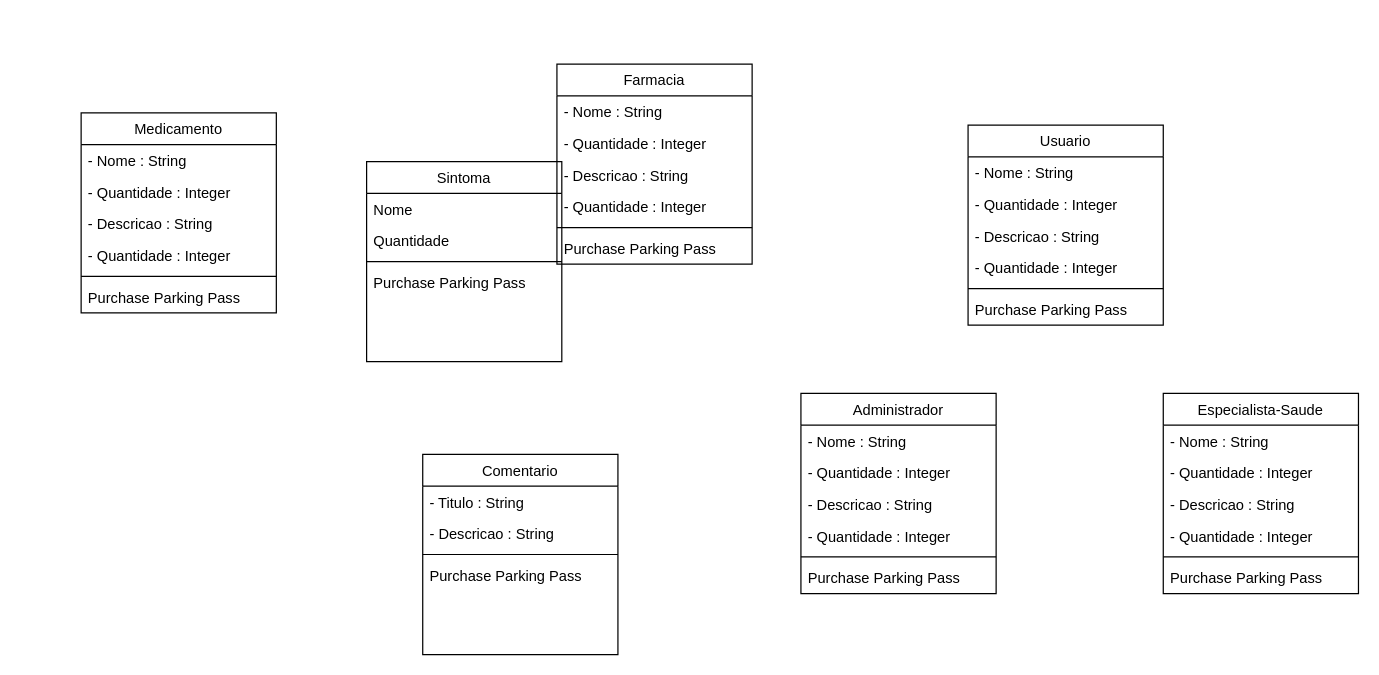
Before: Diagrama sem nome.drawio in RichardPFernandes/Projeto-Extensao, a draw.io diagram. Source tidied: cells renumbered, new cells numbered last; positions are measured from the earlier drawing's top-left corner, leaving out a move shared by most shapes. Both pictures are drawn from the tidied source at 122%, with x=0, y=0 at pixel (81, 63).
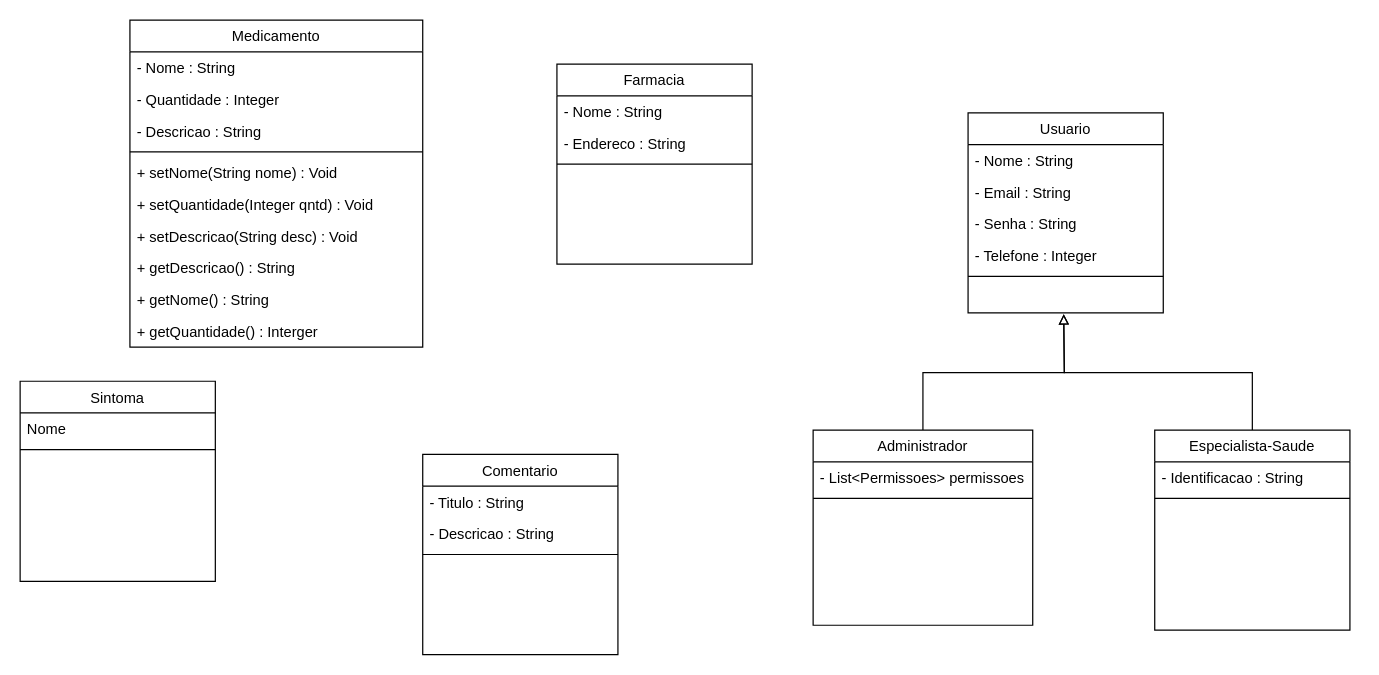
The same diagram, later.

The change refers to these unchanged cells:
```xml
<mxCell id="14" value="Comentario&#10;" style="swimlane;fontStyle=0;align=center;verticalAlign=top;horizontal=1;startSize=26;rounded=0;shadow=0;strokeWidth=1;fontFamily=Helvetica;" parent="1" vertex="1">
  <mxGeometry x="280" y="320" width="160" height="164" as="geometry" />
</mxCell>
<mxCell id="40" value="Farmacia&#10;" style="swimlane;fontStyle=0;align=center;verticalAlign=top;horizontal=1;startSize=26;rounded=0;shadow=0;strokeWidth=1;fontFamily=Helvetica;" parent="1" vertex="1">
  <mxGeometry x="390" width="160" height="164" as="geometry" />
</mxCell>
```

The edit, as a diff of the source:
```diff
@@
-    <mxCell id="2" value="Medicamento" style="swimlane;fontStyle=0;align=center;verticalAlign=top;horizontal=1;startSize=26;rounded=0;shadow=0;strokeWidth=1;fontFamily=Helvetica;" parent="1" vertex="1">
-      <mxGeometry y="40" width="160" height="164" as="geometry" />
+    <mxCell id="2" value="Medicamento" style="swimlane;fontStyle=0;align=center;verticalAlign=top;horizontal=1;startSize=26;rounded=0;shadow=0;strokeWidth=1;fontFamily=Helvetica;swimlaneLine=1;" parent="1" vertex="1">
+      <mxGeometry x="40" y="-36" width="240" height="268" as="geometry" />
     </mxCell>
     <mxCell id="3" value="- Nome : String" style="text;align=left;verticalAlign=top;spacingLeft=4;spacingRight=4;overflow=hidden;rounded=0;shadow=0;html=0;fontFamily=Helvetica;fontStyle=0;" parent="2" vertex="1">
-      <mxGeometry y="26" width="160" height="26" as="geometry" />
+      <mxGeometry y="26" width="240" height="26" as="geometry" />
     </mxCell>
     <mxCell id="4" value="- Quantidade : Integer" style="text;align=left;verticalAlign=top;spacingLeft=4;spacingRight=4;overflow=hidden;rounded=0;shadow=0;html=0;fontFamily=Helvetica;fontStyle=0;" parent="2" vertex="1">
-      <mxGeometry y="52" width="160" height="26" as="geometry" />
+      <mxGeometry y="52" width="240" height="26" as="geometry" />
     </mxCell>
     <mxCell id="5" value="- Descricao : String" style="text;align=left;verticalAlign=top;spacingLeft=4;spacingRight=4;overflow=hidden;rounded=0;shadow=0;html=0;fontFamily=Helvetica;fontStyle=0;" parent="2" vertex="1">
-      <mxGeometry y="78" width="160" height="26" as="geometry" />
+      <mxGeometry y="78" width="240" height="26" as="geometry" />
     </mxCell>
-    <mxCell id="6" value="- Quantidade : Integer" style="text;align=left;verticalAlign=top;spacingLeft=4;spacingRight=4;overflow=hidden;rounded=0;shadow=0;html=0;fontFamily=Helvetica;fontStyle=0;" parent="2" vertex="1">
-      <mxGeometry y="104" width="160" height="26" as="geometry" />
-    </mxCell>
     <mxCell id="7" style="line;html=1;strokeWidth=1;align=left;verticalAlign=middle;spacingTop=-1;spacingLeft=3;spacingRight=3;labelPosition=right;fontFamily=Helvetica;fontStyle=0;" parent="2" vertex="1">
-      <mxGeometry y="130" width="160" height="8" as="geometry" />
+      <mxGeometry y="104" width="240" height="8" as="geometry" />
     </mxCell>
-    <mxCell id="8" value="Purchase Parking Pass" style="text;align=left;verticalAlign=top;spacingLeft=4;spacingRight=4;overflow=hidden;fontFamily=Helvetica;fontStyle=0;" parent="2" vertex="1">
-      <mxGeometry y="138" width="160" height="26" as="geometry" />
-    </mxCell>
+    <mxCell id="47" value="+ setNome(String nome) : Void" style="text;align=left;verticalAlign=top;spacingLeft=4;spacingRight=4;overflow=hidden;rounded=0;shadow=0;html=0;fontFamily=Helvetica;fontStyle=0;" parent="2" vertex="1">
+      <mxGeometry y="112" width="240" height="26" as="geometry" />
+    </mxCell>
+    <mxCell id="48" value="+ setQuantidade(Integer qntd) : Void" style="text;align=left;verticalAlign=top;spacingLeft=4;spacingRight=4;overflow=hidden;rounded=0;shadow=0;html=0;fontFamily=Helvetica;fontStyle=0;" parent="2" vertex="1">
+      <mxGeometry y="138" width="240" height="26" as="geometry" />
+    </mxCell>
+    <mxCell id="49" value="+ setDescricao(String desc) : Void" style="text;align=left;verticalAlign=top;spacingLeft=4;spacingRight=4;overflow=hidden;rounded=0;shadow=0;html=0;fontFamily=Helvetica;fontStyle=0;" parent="2" vertex="1">
+      <mxGeometry y="164" width="240" height="26" as="geometry" />
+    </mxCell>
+    <mxCell id="50" value="+ getDescricao() : String" style="text;align=left;verticalAlign=top;spacingLeft=4;spacingRight=4;overflow=hidden;rounded=0;shadow=0;html=0;fontFamily=Helvetica;fontStyle=0;" parent="2" vertex="1">
+      <mxGeometry y="190" width="240" height="26" as="geometry" />
+    </mxCell>
+    <mxCell id="51" value="+ getNome() : String" style="text;align=left;verticalAlign=top;spacingLeft=4;spacingRight=4;overflow=hidden;rounded=0;shadow=0;html=0;fontFamily=Helvetica;fontStyle=0;" parent="2" vertex="1">
+      <mxGeometry y="216" width="240" height="26" as="geometry" />
+    </mxCell>
+    <mxCell id="52" value="+ getQuantidade() : Interger" style="text;align=left;verticalAlign=top;spacingLeft=4;spacingRight=4;overflow=hidden;rounded=0;shadow=0;html=0;fontFamily=Helvetica;fontStyle=0;" parent="2" vertex="1">
+      <mxGeometry y="242" width="240" height="26" as="geometry" />
+    </mxCell>
     <mxCell id="9" value="Sintoma&#10;" style="swimlane;fontStyle=0;align=center;verticalAlign=top;horizontal=1;startSize=26;rounded=0;shadow=0;strokeWidth=1;fontFamily=Helvetica;" parent="1" vertex="1">
-      <mxGeometry x="234" y="80" width="160" height="164" as="geometry" />
+      <mxGeometry x="-50" y="260" width="160" height="164" as="geometry" />
     </mxCell>
@@
-    <mxCell id="11" value="Quantidade" style="text;align=left;verticalAlign=top;spacingLeft=4;spacingRight=4;overflow=hidden;rounded=0;shadow=0;html=0;fontFamily=Helvetica;fontStyle=0;" parent="9" vertex="1">
-      <mxGeometry y="52" width="160" height="26" as="geometry" />
-    </mxCell>
     <mxCell id="12" style="line;html=1;strokeWidth=1;align=left;verticalAlign=middle;spacingTop=-1;spacingLeft=3;spacingRight=3;labelPosition=right;fontFamily=Helvetica;fontStyle=0;" parent="9" vertex="1">
-      <mxGeometry y="78" width="160" height="8" as="geometry" />
+      <mxGeometry y="52" width="160" height="8" as="geometry" />
     </mxCell>
-    <mxCell id="13" value="Purchase Parking Pass" style="text;align=left;verticalAlign=top;spacingLeft=4;spacingRight=4;overflow=hidden;fontFamily=Helvetica;fontStyle=0;" parent="9" vertex="1">
-      <mxGeometry y="86" width="160" height="26" as="geometry" />
-    </mxCell>
@@
-    <mxCell id="18" value="Purchase Parking Pass" style="text;align=left;verticalAlign=top;spacingLeft=4;spacingRight=4;overflow=hidden;fontFamily=Helvetica;fontStyle=0;" parent="14" vertex="1">
-      <mxGeometry y="86" width="160" height="26" as="geometry" />
-    </mxCell>
     <mxCell id="19" value="Usuario&#10;" style="swimlane;fontStyle=0;align=center;verticalAlign=top;horizontal=1;startSize=26;rounded=0;shadow=0;strokeWidth=1;fontFamily=Helvetica;" parent="1" vertex="1">
-      <mxGeometry x="727" y="50" width="160" height="164" as="geometry" />
+      <mxGeometry x="727" y="40" width="160" height="164" as="geometry" />
     </mxCell>
@@
-    <mxCell id="21" value="- Quantidade : Integer" style="text;align=left;verticalAlign=top;spacingLeft=4;spacingRight=4;overflow=hidden;rounded=0;shadow=0;html=0;fontFamily=Helvetica;fontStyle=0;" parent="19" vertex="1">
+    <mxCell id="21" value="- Email : String" style="text;align=left;verticalAlign=top;spacingLeft=4;spacingRight=4;overflow=hidden;rounded=0;shadow=0;html=0;fontFamily=Helvetica;fontStyle=0;" parent="19" vertex="1">
       <mxGeometry y="52" width="160" height="26" as="geometry" />
     </mxCell>
-    <mxCell id="22" value="- Descricao : String" style="text;align=left;verticalAlign=top;spacingLeft=4;spacingRight=4;overflow=hidden;rounded=0;shadow=0;html=0;fontFamily=Helvetica;fontStyle=0;" parent="19" vertex="1">
+    <mxCell id="22" value="- Senha : String" style="text;align=left;verticalAlign=top;spacingLeft=4;spacingRight=4;overflow=hidden;rounded=0;shadow=0;html=0;fontFamily=Helvetica;fontStyle=0;" parent="19" vertex="1">
       <mxGeometry y="78" width="160" height="26" as="geometry" />
     </mxCell>
-    <mxCell id="23" value="- Quantidade : Integer" style="text;align=left;verticalAlign=top;spacingLeft=4;spacingRight=4;overflow=hidden;rounded=0;shadow=0;html=0;fontFamily=Helvetica;fontStyle=0;" parent="19" vertex="1">
+    <mxCell id="23" value="- Telefone : Integer" style="text;align=left;verticalAlign=top;spacingLeft=4;spacingRight=4;overflow=hidden;rounded=0;shadow=0;html=0;fontFamily=Helvetica;fontStyle=0;" parent="19" vertex="1">
       <mxGeometry y="104" width="160" height="26" as="geometry" />
     </mxCell>
@@
-    <mxCell id="25" value="Purchase Parking Pass" style="text;align=left;verticalAlign=top;spacingLeft=4;spacingRight=4;overflow=hidden;fontFamily=Helvetica;fontStyle=0;" parent="19" vertex="1">
-      <mxGeometry y="138" width="160" height="26" as="geometry" />
-    </mxCell>
+    <mxCell id="53" style="edgeStyle=orthogonalEdgeStyle;rounded=0;jettySize=auto;html=1;endArrow=block;endFill=0;entryX=0.49;entryY=1.037;entryDx=0;entryDy=0;entryPerimeter=0;exitX=0.5;exitY=0;exitDx=0;exitDy=0;" parent="1" edge="1" source="26">
+      <mxGeometry relative="1" as="geometry">
+        <mxPoint x="805.4" y="205" as="targetPoint" />
+      </mxGeometry>
+    </mxCell>
     <mxCell id="26" value="Administrador" style="swimlane;fontStyle=0;align=center;verticalAlign=top;horizontal=1;startSize=26;rounded=0;shadow=0;strokeWidth=1;fontFamily=Helvetica;" parent="1" vertex="1">
-      <mxGeometry x="590" y="270" width="160" height="164" as="geometry" />
+      <mxGeometry x="600" y="300" width="180" height="160" as="geometry" />
     </mxCell>
-    <mxCell id="27" value="- Nome : String" style="text;align=left;verticalAlign=top;spacingLeft=4;spacingRight=4;overflow=hidden;rounded=0;shadow=0;html=0;fontFamily=Helvetica;fontStyle=0;" parent="26" vertex="1">
-      <mxGeometry y="26" width="160" height="26" as="geometry" />
-    </mxCell>
-    <mxCell id="28" value="- Quantidade : Integer" style="text;align=left;verticalAlign=top;spacingLeft=4;spacingRight=4;overflow=hidden;rounded=0;shadow=0;html=0;fontFamily=Helvetica;fontStyle=0;" parent="26" vertex="1">
-      <mxGeometry y="52" width="160" height="26" as="geometry" />
-    </mxCell>
-    <mxCell id="29" value="- Descricao : String" style="text;align=left;verticalAlign=top;spacingLeft=4;spacingRight=4;overflow=hidden;rounded=0;shadow=0;html=0;fontFamily=Helvetica;fontStyle=0;" parent="26" vertex="1">
-      <mxGeometry y="78" width="160" height="26" as="geometry" />
+    <mxCell id="29" value="- List&lt;Permissoes&gt; permissoes" style="text;align=left;verticalAlign=top;spacingLeft=4;spacingRight=4;overflow=hidden;rounded=0;shadow=0;html=0;fontFamily=Helvetica;fontStyle=0;" parent="26" vertex="1">
+      <mxGeometry y="26" width="180" height="26" as="geometry" />
     </mxCell>
-    <mxCell id="30" value="- Quantidade : Integer" style="text;align=left;verticalAlign=top;spacingLeft=4;spacingRight=4;overflow=hidden;rounded=0;shadow=0;html=0;fontFamily=Helvetica;fontStyle=0;" parent="26" vertex="1">
-      <mxGeometry y="104" width="160" height="26" as="geometry" />
-    </mxCell>
     <mxCell id="31" style="line;html=1;strokeWidth=1;align=left;verticalAlign=middle;spacingTop=-1;spacingLeft=3;spacingRight=3;labelPosition=right;fontFamily=Helvetica;fontStyle=0;" parent="26" vertex="1">
-      <mxGeometry y="130" width="160" height="8" as="geometry" />
+      <mxGeometry y="52" width="180" height="8" as="geometry" />
     </mxCell>
-    <mxCell id="32" value="Purchase Parking Pass" style="text;align=left;verticalAlign=top;spacingLeft=4;spacingRight=4;overflow=hidden;fontFamily=Helvetica;fontStyle=0;" parent="26" vertex="1">
-      <mxGeometry y="138" width="160" height="26" as="geometry" />
-    </mxCell>
+    <mxCell id="54" style="edgeStyle=orthogonalEdgeStyle;rounded=0;jettySize=auto;html=1;endArrow=block;endFill=0;exitX=0.5;exitY=0;exitDx=0;exitDy=0;entryX=0.49;entryY=1.037;entryDx=0;entryDy=0;entryPerimeter=0;" parent="1" edge="1" source="33">
+      <mxGeometry relative="1" as="geometry">
+        <mxPoint x="805.4" y="205" as="targetPoint" />
+      </mxGeometry>
+    </mxCell>
     <mxCell id="33" value="Especialista-Saude" style="swimlane;fontStyle=0;align=center;verticalAlign=top;horizontal=1;startSize=26;rounded=0;shadow=0;strokeWidth=1;fontFamily=Helvetica;" parent="1" vertex="1">
-      <mxGeometry x="887" y="270" width="160" height="164" as="geometry" />
+      <mxGeometry x="880" y="300" width="160" height="164" as="geometry" />
     </mxCell>
-    <mxCell id="34" value="- Nome : String" style="text;align=left;verticalAlign=top;spacingLeft=4;spacingRight=4;overflow=hidden;rounded=0;shadow=0;html=0;fontFamily=Helvetica;fontStyle=0;" parent="33" vertex="1">
+    <mxCell id="34" value="- Identificacao : String" style="text;align=left;verticalAlign=top;spacingLeft=4;spacingRight=4;overflow=hidden;rounded=0;shadow=0;html=0;fontFamily=Helvetica;fontStyle=0;" parent="33" vertex="1">
       <mxGeometry y="26" width="160" height="26" as="geometry" />
     </mxCell>
-    <mxCell id="35" value="- Quantidade : Integer" style="text;align=left;verticalAlign=top;spacingLeft=4;spacingRight=4;overflow=hidden;rounded=0;shadow=0;html=0;fontFamily=Helvetica;fontStyle=0;" parent="33" vertex="1">
-      <mxGeometry y="52" width="160" height="26" as="geometry" />
-    </mxCell>
-    <mxCell id="36" value="- Descricao : String" style="text;align=left;verticalAlign=top;spacingLeft=4;spacingRight=4;overflow=hidden;rounded=0;shadow=0;html=0;fontFamily=Helvetica;fontStyle=0;" parent="33" vertex="1">
-      <mxGeometry y="78" width="160" height="26" as="geometry" />
-    </mxCell>
-    <mxCell id="37" value="- Quantidade : Integer" style="text;align=left;verticalAlign=top;spacingLeft=4;spacingRight=4;overflow=hidden;rounded=0;shadow=0;html=0;fontFamily=Helvetica;fontStyle=0;" parent="33" vertex="1">
-      <mxGeometry y="104" width="160" height="26" as="geometry" />
-    </mxCell>
     <mxCell id="38" style="line;html=1;strokeWidth=1;align=left;verticalAlign=middle;spacingTop=-1;spacingLeft=3;spacingRight=3;labelPosition=right;fontFamily=Helvetica;fontStyle=0;" parent="33" vertex="1">
-      <mxGeometry y="130" width="160" height="8" as="geometry" />
+      <mxGeometry y="52" width="160" height="8" as="geometry" />
     </mxCell>
-    <mxCell id="39" value="Purchase Parking Pass" style="text;align=left;verticalAlign=top;spacingLeft=4;spacingRight=4;overflow=hidden;fontFamily=Helvetica;fontStyle=0;" parent="33" vertex="1">
-      <mxGeometry y="138" width="160" height="26" as="geometry" />
-    </mxCell>
@@
-    <mxCell id="42" value="- Quantidade : Integer" style="text;align=left;verticalAlign=top;spacingLeft=4;spacingRight=4;overflow=hidden;rounded=0;shadow=0;html=0;fontFamily=Helvetica;fontStyle=0;" parent="40" vertex="1">
-      <mxGeometry y="52" width="160" height="26" as="geometry" />
-    </mxCell>
-    <mxCell id="43" value="- Descricao : String" style="text;align=left;verticalAlign=top;spacingLeft=4;spacingRight=4;overflow=hidden;rounded=0;shadow=0;html=0;fontFamily=Helvetica;fontStyle=0;" parent="40" vertex="1">
-      <mxGeometry y="78" width="160" height="26" as="geometry" />
+    <mxCell id="43" value="- Endereco : String" style="text;align=left;verticalAlign=top;spacingLeft=4;spacingRight=4;overflow=hidden;rounded=0;shadow=0;html=0;fontFamily=Helvetica;fontStyle=0;" parent="40" vertex="1">
+      <mxGeometry y="52" width="160" height="26" as="geometry" />
     </mxCell>
-    <mxCell id="44" value="- Quantidade : Integer" style="text;align=left;verticalAlign=top;spacingLeft=4;spacingRight=4;overflow=hidden;rounded=0;shadow=0;html=0;fontFamily=Helvetica;fontStyle=0;" parent="40" vertex="1">
-      <mxGeometry y="104" width="160" height="26" as="geometry" />
-    </mxCell>
     <mxCell id="45" style="line;html=1;strokeWidth=1;align=left;verticalAlign=middle;spacingTop=-1;spacingLeft=3;spacingRight=3;labelPosition=right;fontFamily=Helvetica;fontStyle=0;" parent="40" vertex="1">
-      <mxGeometry y="130" width="160" height="8" as="geometry" />
+      <mxGeometry y="78" width="160" height="8" as="geometry" />
     </mxCell>
-    <mxCell id="46" value="Purchase Parking Pass" style="text;align=left;verticalAlign=top;spacingLeft=4;spacingRight=4;overflow=hidden;fontFamily=Helvetica;fontStyle=0;" parent="40" vertex="1">
-      <mxGeometry y="138" width="160" height="26" as="geometry" />
-    </mxCell>
```
